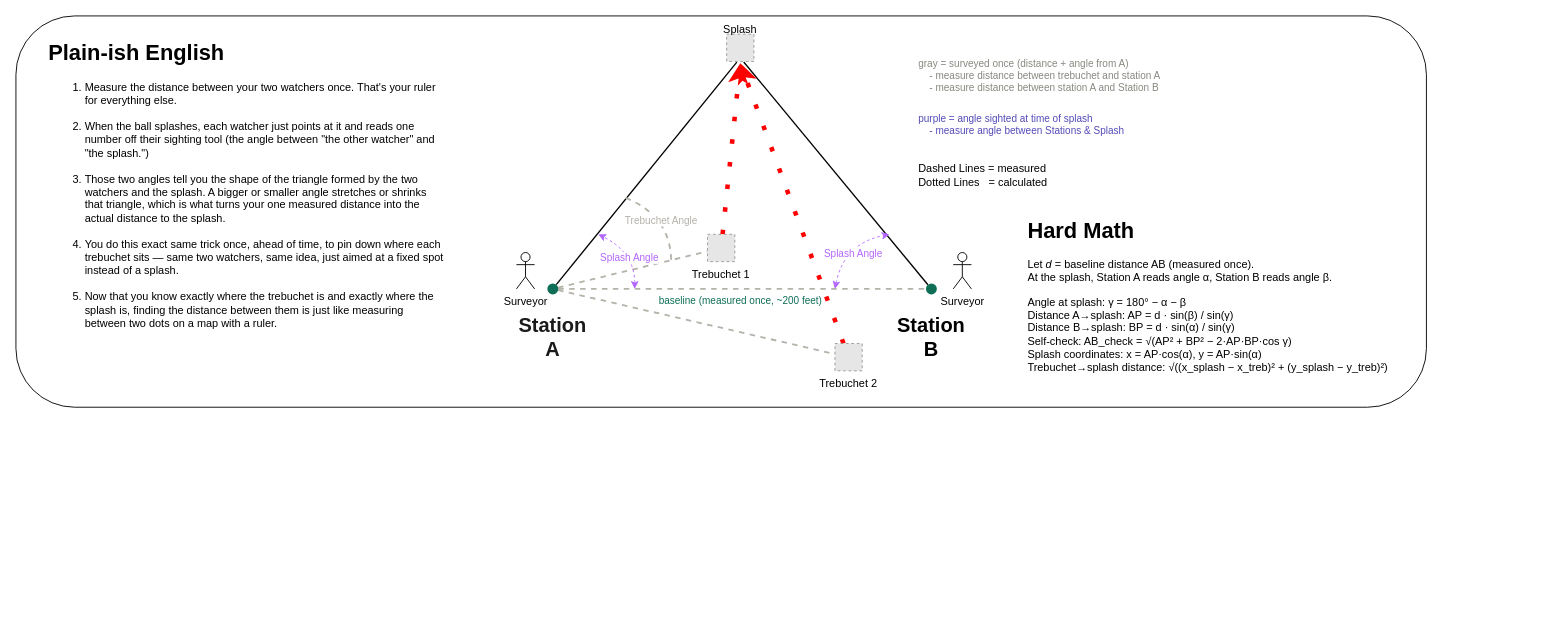
This is docs/triangulation-diagram.drawio from lastcoolnameleft/chunkin-calculator, a draw.io file, before an edit. Source tidied: cells renumbered, new cells numbered last; positions are measured from the earlier drawing's top-left corner, leaving out a move shared by most shapes. Both pictures are drawn from the tidied source at 91%, with x=0, y=0 at pixel (15, 15). Pictures stored in the file or linked from it are replaced by grey dashed boxes.
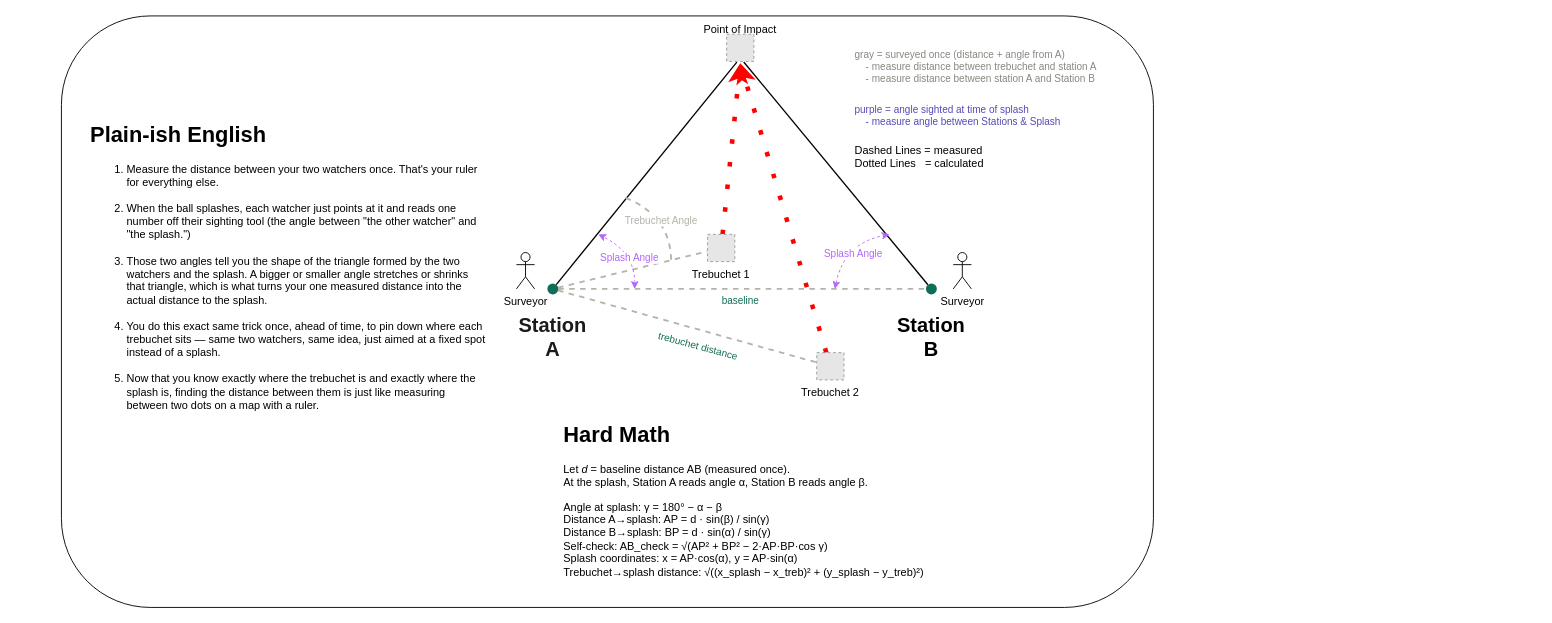
The same diagram, later.

Diff of the diagram source:
```diff
@@
     <mxCell id="2" style="rounded=1;whiteSpace=wrap;html=1;" parent="1" vertex="1">
-      <mxGeometry width="1550" height="430" as="geometry" />
+      <mxGeometry x="50" width="1200" height="650" as="geometry" />
     </mxCell>
@@
-    <mxCell id="4" value="baseline (measured once, ~200 feet)" style="text;html=1;align=center;fontColor=#0F6E56;fontSize=11;" parent="1" vertex="1">
+    <mxCell id="4" value="baseline" style="text;html=1;align=center;fontColor=#0F6E56;fontSize=11;" parent="1" vertex="1">
       <mxGeometry x="706" y="300" width="180" height="20" as="geometry" />
     </mxCell>
@@
     <mxCell id="13" value="gray = surveyed once (distance + angle from A)&lt;div&gt;&amp;nbsp; &amp;nbsp; - measure distance between trebuchet and station A&lt;/div&gt;&lt;div&gt;&amp;nbsp; &amp;nbsp; - measure distance between station A and Station B&lt;/div&gt;" style="text;html=1;align=left;fontColor=#888780;fontSize=11;" parent="1" vertex="1">
-      <mxGeometry x="990" y="40" width="320" height="60" as="geometry" />
+      <mxGeometry x="920" y="30" width="320" height="60" as="geometry" />
     </mxCell>
     <mxCell id="14" value="purple = angle sighted at time of splash&lt;div&gt;&amp;nbsp; &amp;nbsp; - measure angle between Stations &amp;amp; Splash&lt;br&gt;&lt;/div&gt;" style="text;html=1;align=left;fontColor=#534AB7;fontSize=11;" parent="1" vertex="1">
-      <mxGeometry x="990" y="100" width="320" height="40" as="geometry" />
+      <mxGeometry x="920" y="90" width="320" height="40" as="geometry" />
     </mxCell>
@@
     <mxCell id="19" value="Dashed Lines = measured&lt;div&gt;Dotted Lines&amp;nbsp; &amp;nbsp;= calculated&lt;/div&gt;" style="text;html=1;whiteSpace=wrap;strokeColor=none;fillColor=none;align=left;verticalAlign=middle;rounded=0;" parent="1" vertex="1">
-      <mxGeometry x="990" y="160" width="180" height="30" as="geometry" />
+      <mxGeometry x="920" y="140" width="180" height="30" as="geometry" />
     </mxCell>
@@
     <mxCell id="22" value="&lt;h1 style=&quot;margin-top: 0px;&quot;&gt;Hard Math&lt;/h1&gt;&lt;div&gt;&lt;p dir=&quot;ltr&quot;&gt;Let &lt;em&gt;d&lt;/em&gt; = baseline distance AB (measured once).&amp;nbsp;&lt;br&gt;&lt;span style=&quot;background-color: transparent; color: light-dark(rgb(0, 0, 0), rgb(255, 255, 255));&quot;&gt;At the splash, Station A reads angle α, Station B reads angle β.&lt;/span&gt;&lt;/p&gt;&lt;p dir=&quot;ltr&quot;&gt;Angle at splash: γ = 180° − α − β&lt;br&gt;Distance A→splash: AP = d · sin(β) / sin(γ)&lt;br&gt;Distance B→splash: BP = d · sin(α) / sin(γ)&lt;br&gt;Self-check: AB_check = √(AP² + BP² − 2·AP·BP·cos γ)&lt;br&gt;Splash coordinates: x = AP·cos(α), y = AP·sin(α)&lt;br&gt;Trebuchet→splash distance: √((x_splash − x_treb)² + (y_splash − y_treb)²)&lt;/p&gt;&lt;/div&gt;&lt;p dir=&quot;ltr&quot;&gt;&lt;/p&gt;" style="text;html=1;whiteSpace=wrap;overflow=hidden;rounded=0;" parent="1" vertex="1">
-      <mxGeometry x="1110" y="215" width="560" height="190" as="geometry" />
+      <mxGeometry x="600" y="440" width="430" height="190" as="geometry" />
     </mxCell>
     <mxCell id="23" value="&lt;h1 style=&quot;margin-top: 0px;&quot;&gt;Plain-ish English&lt;/h1&gt;&lt;ol dir=&quot;ltr&quot;&gt;&lt;li&gt;Measure the distance between your two watchers once. That's your ruler for everything else.&lt;/li&gt;&lt;br&gt;&lt;li&gt;When the ball splashes, each watcher just points at it and reads one number off their sighting tool (the angle between &quot;the other watcher&quot; and &quot;the splash.&quot;)&lt;/li&gt;&lt;br&gt;&lt;li&gt;Those two angles tell you the shape of the triangle formed by the two watchers and the splash. A bigger or smaller angle stretches or shrinks that triangle, which is what turns your one measured distance into the actual distance to the splash.&lt;/li&gt;&lt;br&gt;&lt;li&gt;You do this exact same trick once, ahead of time, to pin down where each trebuchet sits — same two watchers, same idea, just aimed at a fixed spot instead of a splash.&lt;/li&gt;&lt;br&gt;&lt;li&gt;Now that you know exactly where the trebuchet is and exactly where the splash is, finding the distance between them is just like measuring between two dots on a map with a ruler.&lt;/li&gt;&lt;br&gt;&lt;/ol&gt;" style="text;html=1;whiteSpace=wrap;overflow=hidden;rounded=0;" parent="1" vertex="1">
-      <mxGeometry x="34" y="20" width="440" height="440" as="geometry" />
+      <mxGeometry x="80" y="110" width="440" height="440" as="geometry" />
     </mxCell>
@@
-    <mxCell id="27" value="Splash" style="text;html=1;whiteSpace=wrap;strokeColor=none;fillColor=none;align=center;verticalAlign=middle;rounded=0;" parent="1" vertex="1">
-      <mxGeometry x="766" width="60" height="30" as="geometry" />
+    <mxCell id="27" value="Point of Impact" style="text;html=1;whiteSpace=wrap;strokeColor=none;fillColor=none;align=center;verticalAlign=middle;rounded=0;" parent="1" vertex="1">
+      <mxGeometry x="749" width="94" height="30" as="geometry" />
     </mxCell>
@@
     <mxCell id="29" value="Trebuchet 2" style="fillColor=#E6E6E6;strokeColor=#999999;dashed=1;verticalLabelPosition=bottom;labelBackgroundColor=default;verticalAlign=top;" parent="1" vertex="1">
-      <mxGeometry x="900" y="360" width="30" height="30" as="geometry" />
+      <mxGeometry x="880" y="370" width="30" height="30" as="geometry" />
     </mxCell>
+    <mxCell id="30" value="trebuchet distance" style="text;html=1;align=center;fontColor=#0F6E56;fontSize=11;rotation=15;" parent="1" vertex="1">
+      <mxGeometry x="700" y="350" width="100" height="20" as="geometry" />
+    </mxCell>
```
